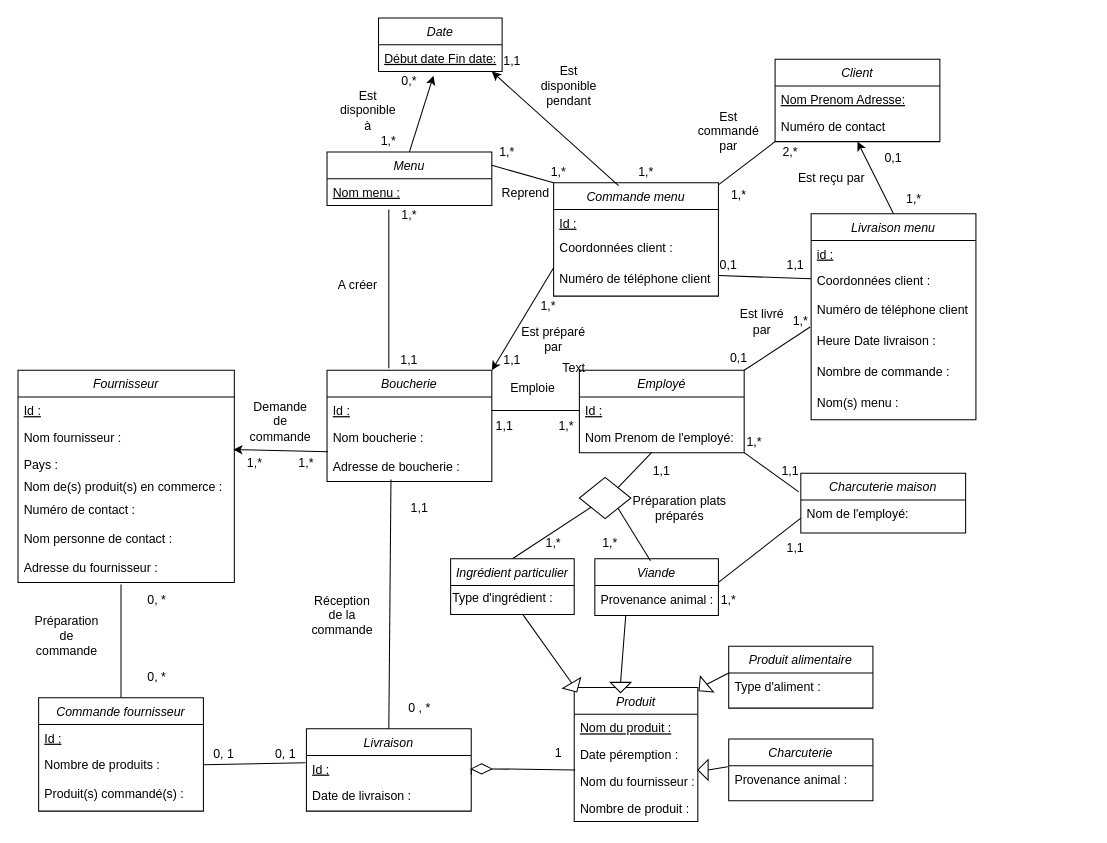
NHatim/aca keeps this draw.io diagram as Untitled Diagram.drawio. Above is the earlier version. Source tidied: cells renumbered, new cells numbered last; positions are measured from the earlier drawing's top-left corner, leaving out a move shared by most shapes. Both pictures are drawn from the tidied source at 103%, with x=0, y=0 at pixel (18, 18).
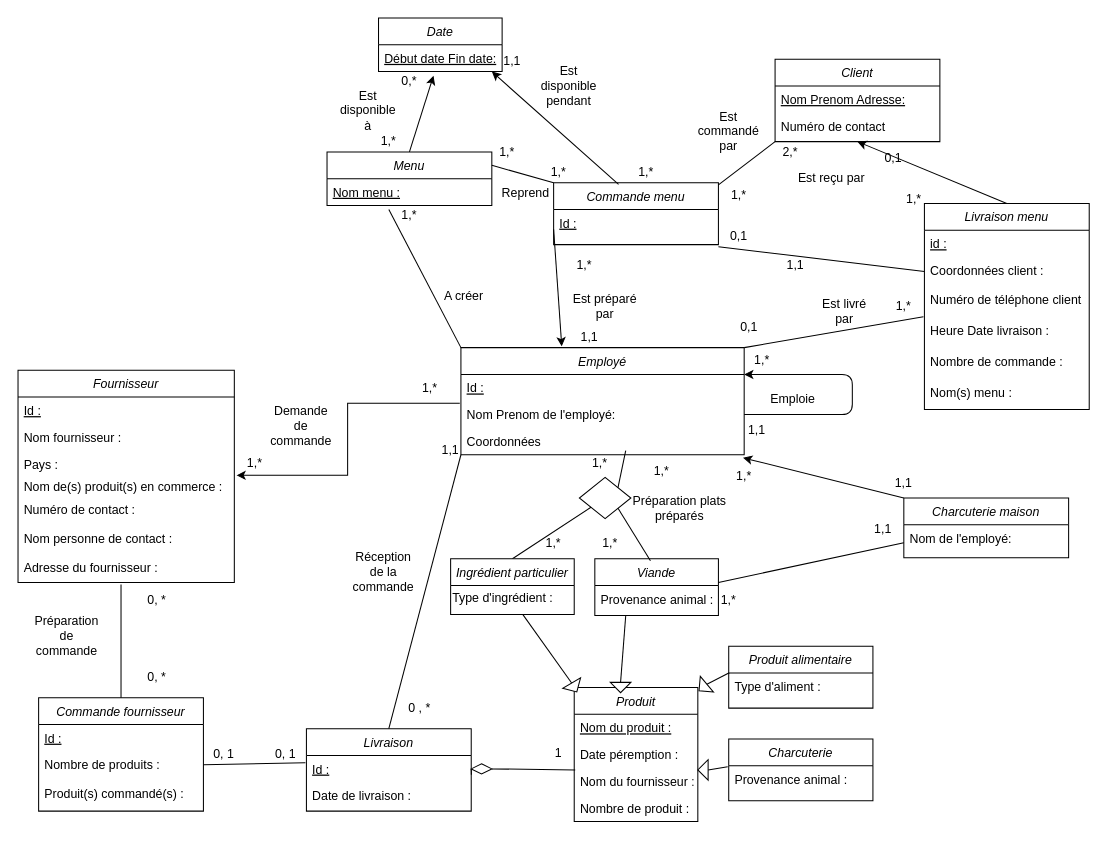
Above is the later version.

Unchanged cells that the change refers to:
```xml
<mxCell id="7" value="Pays :" style="text;align=left;verticalAlign=top;spacingLeft=4;spacingRight=4;overflow=hidden;points=[[0,0.5],[1,0.5]];portConstraint=eastwest;fontStyle=0;" parent="4" vertex="1">
  <mxGeometry y="78" width="210" height="22" as="geometry" />
</mxCell>
<mxCell id="8" value="Nom de(s) produit(s) en commerce :" style="text;align=left;verticalAlign=top;spacingLeft=4;spacingRight=4;overflow=hidden;points=[[0,0.5],[1,0.5]];portConstraint=eastwest;fontStyle=0;" parent="4" vertex="1">
  <mxGeometry y="100" width="210" height="22" as="geometry" />
</mxCell>
<mxCell id="20" value="Livraison" style="swimlane;fontStyle=2;align=center;verticalAlign=top;horizontal=1;startSize=26;rounded=0;shadow=0;strokeWidth=1;" parent="1" vertex="1">
  <mxGeometry x="280" y="690" width="160" height="80" as="geometry" />
</mxCell>
<mxCell id="41" style="rhombus;whiteSpace=wrap;html=1;" parent="1" vertex="1">
  <mxGeometry x="545" y="446" width="50" height="40" as="geometry" />
</mxCell>
<mxCell id="89" value="Nom menu :" style="text;align=left;verticalAlign=top;spacingLeft=4;spacingRight=4;overflow=hidden;points=[[0,0.5],[1,0.5]];portConstraint=eastwest;fontStyle=4;" parent="88" vertex="1">
  <mxGeometry y="26" width="160" height="26" as="geometry" />
</mxCell>
<mxCell id="119" value="Coordonnées client :" style="text;align=left;verticalAlign=top;spacingLeft=4;spacingRight=4;overflow=hidden;points=[[0,0.5],[1,0.5]];portConstraint=eastwest;" parent="117" vertex="1">
  <mxGeometry y="52" width="160" height="28" as="geometry" />
</mxCell>
```

What changed in the source:
```diff
@@
-    <mxCell id="16" value="Boucherie" style="swimlane;fontStyle=2;align=center;verticalAlign=top;horizontal=1;startSize=26;rounded=0;shadow=0;strokeWidth=1;" parent="1" vertex="1">
-      <mxGeometry x="300" y="342" width="160" height="108" as="geometry" />
-    </mxCell>
-    <mxCell id="17" value="Id :" style="text;align=left;verticalAlign=top;spacingLeft=4;spacingRight=4;overflow=hidden;points=[[0,0.5],[1,0.5]];portConstraint=eastwest;fontStyle=4;" parent="16" vertex="1">
-      <mxGeometry y="26" width="160" height="26" as="geometry" />
-    </mxCell>
-    <mxCell id="18" value="Nom boucherie :" style="text;align=left;verticalAlign=top;spacingLeft=4;spacingRight=4;overflow=hidden;fontStyle=0;" parent="16" vertex="1">
-      <mxGeometry y="52" width="160" height="28" as="geometry" />
-    </mxCell>
-    <mxCell id="19" value="Adresse de boucherie :" style="text;align=left;verticalAlign=top;spacingLeft=4;spacingRight=4;overflow=hidden;points=[[0,0.5],[1,0.5]];portConstraint=eastwest;fontStyle=0;" parent="16" vertex="1">
-      <mxGeometry y="80" width="160" height="22" as="geometry" />
-    </mxCell>
@@
     <mxCell id="24" value="Demande de commande" style="text;html=1;strokeColor=none;fillColor=none;align=center;verticalAlign=middle;whiteSpace=wrap;rounded=0;" parent="1" vertex="1">
-      <mxGeometry x="220" y="382" width="70" height="20" as="geometry" />
+      <mxGeometry x="240" y="386" width="70" height="20" as="geometry" />
     </mxCell>
@@
     <mxCell id="30" value="1,1" style="text;html=1;strokeColor=none;fillColor=none;align=center;verticalAlign=middle;whiteSpace=wrap;rounded=0;" parent="1" vertex="1">
-      <mxGeometry x="370" y="466" width="40" height="20" as="geometry" />
+      <mxGeometry x="400" y="410" width="40" height="20" as="geometry" />
     </mxCell>
@@
-    <mxCell id="33" style="endArrow=none;html=1;exitX=0.388;exitY=1.182;exitDx=0;exitDy=0;entryX=0.5;entryY=0;entryDx=0;entryDy=0;exitPerimeter=0;" parent="1" edge="1" source="19" target="20">
+    <mxCell id="33" style="endArrow=none;html=1;entryX=0.5;entryY=0;entryDx=0;entryDy=0;exitX=0;exitY=1;exitDx=0;exitDy=0;" parent="1" edge="1" source="38" target="20">
       <mxGeometry relative="1" as="geometry" />
     </mxCell>
@@
     <mxCell id="35" value="1,*" style="text;html=1;strokeColor=none;fillColor=none;align=center;verticalAlign=middle;whiteSpace=wrap;rounded=0;" parent="1" vertex="1">
-      <mxGeometry x="260" y="422" width="40" height="20" as="geometry" />
+      <mxGeometry x="545" y="422" width="40" height="20" as="geometry" />
     </mxCell>
     <mxCell id="36" value="Réception de la commande" style="text;html=1;strokeColor=none;fillColor=none;align=center;verticalAlign=middle;whiteSpace=wrap;rounded=0;" parent="1" vertex="1">
-      <mxGeometry x="280" y="570" width="70" height="20" as="geometry" />
+      <mxGeometry x="320" y="528" width="70" height="20" as="geometry" />
     </mxCell>
-    <mxCell id="37" style="endArrow=classic;html=1;entryX=0.995;entryY=-0.045;entryDx=0;entryDy=0;entryPerimeter=0;exitX=0.006;exitY=-0.045;exitDx=0;exitDy=0;exitPerimeter=0;" parent="1" edge="1" source="19" target="7">
-      <mxGeometry relative="1" as="geometry" />
-    </mxCell>
+    <mxCell id="138" style="edgeStyle=orthogonalEdgeStyle;rounded=0;jettySize=auto;html=1;exitX=-0.004;exitY=1.077;exitDx=0;exitDy=0;entryX=1.01;entryY=0.091;entryDx=0;entryDy=0;entryPerimeter=0;exitPerimeter=0;" parent="1" edge="1" source="39" target="8">
+      <mxGeometry relative="1" as="geometry" />
+    </mxCell>
     <mxCell id="38" value="Employé" style="swimlane;fontStyle=2;align=center;verticalAlign=top;horizontal=1;startSize=26;rounded=0;shadow=0;strokeWidth=1;" parent="1" vertex="1">
-      <mxGeometry x="545" y="342" width="160" height="80" as="geometry" />
+      <mxGeometry x="430" y="320" width="275" height="104" as="geometry" />
     </mxCell>
     <mxCell id="39" value="Id :" style="text;align=left;verticalAlign=top;spacingLeft=4;spacingRight=4;overflow=hidden;points=[[0,0.5],[1,0.5]];portConstraint=eastwest;fontStyle=4;" parent="38" vertex="1">
-      <mxGeometry y="26" width="160" height="26" as="geometry" />
+      <mxGeometry y="26" width="275" height="26" as="geometry" />
     </mxCell>
     <mxCell id="40" value="Nom Prenom de l'employé:" style="text;align=left;verticalAlign=top;spacingLeft=4;spacingRight=4;overflow=hidden;points=[[0,0.5],[1,0.5]];portConstraint=eastwest;" parent="38" vertex="1">
-      <mxGeometry y="52" width="160" height="26" as="geometry" />
+      <mxGeometry y="52" width="275" height="26" as="geometry" />
     </mxCell>
+    <mxCell id="139" style="endArrow=classic;html=1;entryX=1;entryY=0.25;entryDx=0;entryDy=0;exitX=1;exitY=0.5;exitDx=0;exitDy=0;" parent="38" edge="1" source="40" target="38">
+      <mxGeometry relative="1" as="geometry">
+        <Array as="points">
+          <mxPoint x="380" y="65" />
+          <mxPoint x="380" y="26" />
+        </Array>
+      </mxGeometry>
+    </mxCell>
+    <mxCell id="140" value="Coordonnées" style="text;align=left;verticalAlign=top;spacingLeft=4;spacingRight=4;overflow=hidden;points=[[0,0.5],[1,0.5]];portConstraint=eastwest;" parent="38" vertex="1">
+      <mxGeometry y="78" width="275" height="26" as="geometry" />
+    </mxCell>
@@
-    <mxCell id="43" style="endArrow=none;html=1;exitX=1;exitY=0;exitDx=0;exitDy=0;entryX=0.438;entryY=1.077;entryDx=0;entryDy=0;entryPerimeter=0;" parent="1" edge="1" source="41" target="40">
-      <mxGeometry relative="1" as="geometry" />
+    <mxCell id="43" style="endArrow=none;html=1;exitX=1;exitY=0;exitDx=0;exitDy=0;" parent="1" edge="1" source="41">
+      <mxGeometry relative="1" as="geometry">
+        <mxPoint x="590" y="420" as="targetPoint" />
+      </mxGeometry>
     </mxCell>
@@
-    <mxCell id="46" value="1,1" style="text;html=1;strokeColor=none;fillColor=none;align=center;verticalAlign=middle;whiteSpace=wrap;rounded=0;" parent="1" vertex="1">
+    <mxCell id="46" value="1,*" style="text;html=1;strokeColor=none;fillColor=none;align=center;verticalAlign=middle;whiteSpace=wrap;rounded=0;" parent="1" vertex="1">
       <mxGeometry x="605" y="430" width="40" height="20" as="geometry" />
     </mxCell>
@@
     <mxCell id="67" value="Charcuterie maison" style="swimlane;fontStyle=2;align=center;verticalAlign=top;horizontal=1;startSize=26;rounded=0;shadow=0;strokeWidth=1;" parent="1" vertex="1">
-      <mxGeometry x="760" y="442" width="160" height="58" as="geometry" />
+      <mxGeometry x="860" y="466" width="160" height="58" as="geometry" />
     </mxCell>
@@
-    <mxCell id="70" style="endArrow=none;html=1;entryX=1;entryY=1;entryDx=0;entryDy=0;" parent="1" edge="1" target="38">
-      <mxGeometry relative="1" as="geometry">
-        <mxPoint x="758" y="460" as="sourcePoint" />
-      </mxGeometry>
-    </mxCell>
     <mxCell id="71" value="1,1" style="text;html=1;strokeColor=none;fillColor=none;align=center;verticalAlign=middle;whiteSpace=wrap;rounded=0;" parent="1" vertex="1">
-      <mxGeometry x="730" y="430" width="40" height="20" as="geometry" />
+      <mxGeometry x="840" y="442" width="40" height="20" as="geometry" />
     </mxCell>
     <mxCell id="72" value="1,*" style="text;html=1;strokeColor=none;fillColor=none;align=center;verticalAlign=middle;whiteSpace=wrap;rounded=0;" parent="1" vertex="1">
-      <mxGeometry x="695" y="402" width="40" height="20" as="geometry" />
+      <mxGeometry x="685" y="435" width="40" height="20" as="geometry" />
     </mxCell>
     <mxCell id="73" value="1,1" style="text;html=1;strokeColor=none;fillColor=none;align=center;verticalAlign=middle;whiteSpace=wrap;rounded=0;" parent="1" vertex="1">
-      <mxGeometry x="735" y="505" width="40" height="20" as="geometry" />
+      <mxGeometry x="820" y="486" width="40" height="20" as="geometry" />
     </mxCell>
@@
-    <mxCell id="78" style="endArrow=none;html=1;entryX=0;entryY=0.5;entryDx=0;entryDy=0;" parent="1" edge="1" source="17" target="39">
-      <mxGeometry relative="1" as="geometry" />
-    </mxCell>
     <mxCell id="79" value="Emploie" style="text;html=1;strokeColor=none;fillColor=none;align=center;verticalAlign=middle;whiteSpace=wrap;rounded=0;" parent="1" vertex="1">
-      <mxGeometry x="480" y="350" width="40" height="20" as="geometry" />
+      <mxGeometry x="710" y="360" width="85" height="20" as="geometry" />
     </mxCell>
-    <mxCell id="80" value="1,1" style="text;html=1;strokeColor=none;fillColor=none;align=center;verticalAlign=middle;whiteSpace=wrap;rounded=0;" parent="1" vertex="1">
-      <mxGeometry x="460" y="386" width="25" height="20" as="geometry" />
+    <mxCell id="80" value="1,*" style="text;html=1;strokeColor=none;fillColor=none;align=center;verticalAlign=middle;whiteSpace=wrap;rounded=0;" parent="1" vertex="1">
+      <mxGeometry x="710" y="322" width="25" height="20" as="geometry" />
     </mxCell>
-    <mxCell id="81" value="1,*" style="text;html=1;strokeColor=none;fillColor=none;align=center;verticalAlign=middle;whiteSpace=wrap;rounded=0;" parent="1" vertex="1">
-      <mxGeometry x="525" y="386" width="15" height="20" as="geometry" />
+    <mxCell id="81" value="1,1" style="text;html=1;strokeColor=none;fillColor=none;align=center;verticalAlign=middle;whiteSpace=wrap;rounded=0;" parent="1" vertex="1">
+      <mxGeometry x="710" y="390" width="15" height="20" as="geometry" />
     </mxCell>
@@
     <mxCell id="84" value="Commande menu" style="swimlane;fontStyle=2;align=center;verticalAlign=top;horizontal=1;startSize=26;rounded=0;shadow=0;strokeWidth=1;" parent="1" vertex="1">
-      <mxGeometry x="520" y="160" width="160" height="110" as="geometry" />
+      <mxGeometry x="520" y="160" width="160" height="60" as="geometry" />
     </mxCell>
@@
-    <mxCell id="86" value="Coordonnées client :" style="text;align=left;verticalAlign=top;spacingLeft=4;spacingRight=4;overflow=hidden;fontStyle=0;" parent="84" vertex="1">
-      <mxGeometry y="50" width="160" height="30" as="geometry" />
-    </mxCell>
-    <mxCell id="87" value="Numéro de téléphone client :" style="text;align=left;verticalAlign=top;spacingLeft=4;spacingRight=4;overflow=hidden;fontStyle=0;" parent="84" vertex="1">
-      <mxGeometry y="80" width="160" height="30" as="geometry" />
-    </mxCell>
@@
-    <mxCell id="95" value="1,1" style="text;html=1;strokeColor=none;fillColor=none;align=center;verticalAlign=middle;whiteSpace=wrap;rounded=0;" parent="1" vertex="1">
-      <mxGeometry x="360" y="322" width="40" height="20" as="geometry" />
-    </mxCell>
     <mxCell id="96" value="A créer" style="text;html=1;strokeColor=none;fillColor=none;align=center;verticalAlign=middle;whiteSpace=wrap;rounded=0;" parent="1" vertex="1">
-      <mxGeometry x="310" y="250" width="40" height="20" as="geometry" />
+      <mxGeometry x="412.5" y="260" width="40" height="20" as="geometry" />
     </mxCell>
-    <mxCell id="97" style="endArrow=none;html=1;entryX=0.375;entryY=1.154;entryDx=0;entryDy=0;entryPerimeter=0;" parent="1" edge="1" target="89">
-      <mxGeometry relative="1" as="geometry">
-        <mxPoint x="360" y="340" as="sourcePoint" />
-      </mxGeometry>
+    <mxCell id="97" style="endArrow=none;html=1;entryX=0.375;entryY=1.154;entryDx=0;entryDy=0;entryPerimeter=0;exitX=0;exitY=0;exitDx=0;exitDy=0;" parent="1" edge="1" source="38" target="89">
+      <mxGeometry relative="1" as="geometry" />
     </mxCell>
-    <mxCell id="98" style="endArrow=classic;html=1;entryX=1;entryY=0;entryDx=0;entryDy=0;exitX=0;exitY=0.75;exitDx=0;exitDy=0;" parent="1" edge="1" source="84" target="16">
+    <mxCell id="98" style="endArrow=classic;html=1;entryX=0.356;entryY=-0.012;entryDx=0;entryDy=0;exitX=0;exitY=0.75;exitDx=0;exitDy=0;entryPerimeter=0;" parent="1" edge="1" source="84" target="38">
       <mxGeometry relative="1" as="geometry" />
     </mxCell>
     <mxCell id="99" value="Est préparé par" style="text;html=1;strokeColor=none;fillColor=none;align=center;verticalAlign=middle;whiteSpace=wrap;rounded=0;" parent="1" vertex="1">
-      <mxGeometry x="485" y="302" width="70" height="20" as="geometry" />
+      <mxGeometry x="535" y="270" width="70" height="20" as="geometry" />
     </mxCell>
@@
     <mxCell id="106" value="1,*" style="text;html=1;strokeColor=none;fillColor=none;align=center;verticalAlign=middle;whiteSpace=wrap;rounded=0;" parent="1" vertex="1">
-      <mxGeometry x="495" y="270" width="40" height="20" as="geometry" />
+      <mxGeometry x="530" y="230" width="40" height="20" as="geometry" />
     </mxCell>
     <mxCell id="107" value="1,1" style="text;html=1;strokeColor=none;fillColor=none;align=center;verticalAlign=middle;whiteSpace=wrap;rounded=0;" parent="1" vertex="1">
-      <mxGeometry x="460" y="322" width="40" height="20" as="geometry" />
+      <mxGeometry x="535" y="300" width="40" height="20" as="geometry" />
     </mxCell>
@@
     <mxCell id="117" value="Livraison menu" style="swimlane;fontStyle=2;align=center;verticalAlign=top;horizontal=1;startSize=26;rounded=0;shadow=0;strokeWidth=1;" parent="1" vertex="1">
-      <mxGeometry x="770" y="190" width="160" height="200" as="geometry" />
+      <mxGeometry x="880" y="180" width="160" height="200" as="geometry" />
     </mxCell>
@@
-    <mxCell id="126" style="endArrow=none;html=1;" parent="1" edge="1" target="119">
-      <mxGeometry relative="1" as="geometry">
-        <mxPoint x="680" y="250" as="sourcePoint" />
-      </mxGeometry>
+    <mxCell id="126" style="endArrow=none;html=1;exitX=0;exitY=1;exitDx=0;exitDy=0;entryX=0;entryY=0.5;entryDx=0;entryDy=0;" parent="1" edge="1" source="130" target="119">
+      <mxGeometry relative="1" as="geometry" />
     </mxCell>
@@
     <mxCell id="130" value="0,1" style="text;html=1;strokeColor=none;fillColor=none;align=center;verticalAlign=middle;whiteSpace=wrap;rounded=0;" parent="1" vertex="1">
-      <mxGeometry x="670" y="230" width="40" height="20" as="geometry" />
+      <mxGeometry x="680" y="202" width="40" height="20" as="geometry" />
     </mxCell>
@@
     <mxCell id="132" value="Est livré par" style="text;html=1;strokeColor=none;fillColor=none;align=center;verticalAlign=middle;whiteSpace=wrap;rounded=0;" parent="1" vertex="1">
-      <mxGeometry x="695" y="280" width="55" height="30" as="geometry" />
+      <mxGeometry x="775" y="270" width="55" height="30" as="geometry" />
     </mxCell>
-    <mxCell id="133" value="Text" style="text;html=1;strokeColor=none;fillColor=none;align=center;verticalAlign=middle;whiteSpace=wrap;rounded=0;" parent="1" vertex="1">
-      <mxGeometry x="520" y="330" width="40" height="20" as="geometry" />
-    </mxCell>
     <mxCell id="134" value="0,1" style="text;html=1;strokeColor=none;fillColor=none;align=center;verticalAlign=middle;whiteSpace=wrap;rounded=0;" parent="1" vertex="1">
-      <mxGeometry x="680" y="320" width="40" height="20" as="geometry" />
+      <mxGeometry x="690" y="290" width="40" height="20" as="geometry" />
     </mxCell>
     <mxCell id="135" value="1,*" style="text;html=1;strokeColor=none;fillColor=none;align=center;verticalAlign=middle;whiteSpace=wrap;rounded=0;" parent="1" vertex="1">
-      <mxGeometry x="740" y="285" width="40" height="20" as="geometry" />
+      <mxGeometry x="840" y="270" width="40" height="20" as="geometry" />
     </mxCell>
@@
+    <mxCell id="141" value="1,*" style="text;html=1;strokeColor=none;fillColor=none;align=center;verticalAlign=middle;whiteSpace=wrap;rounded=0;" parent="1" vertex="1">
+      <mxGeometry x="380" y="350" width="40" height="20" as="geometry" />
+    </mxCell>
+    <mxCell id="142" style="endArrow=classic;html=1;entryX=0.996;entryY=1.115;entryDx=0;entryDy=0;entryPerimeter=0;exitX=0;exitY=0;exitDx=0;exitDy=0;" parent="1" edge="1" source="67" target="140">
+      <mxGeometry relative="1" as="geometry" />
+    </mxCell>
```
